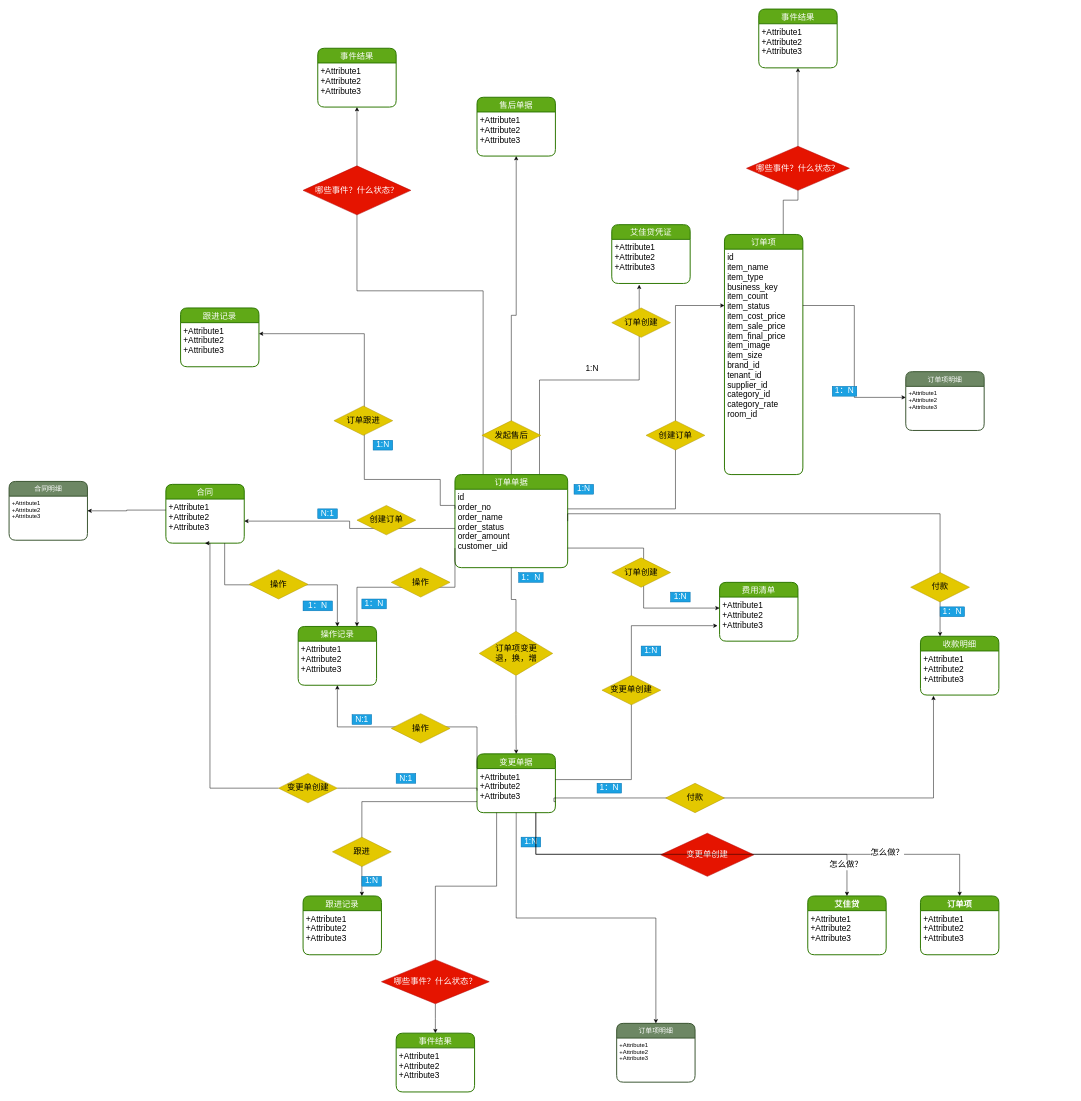
The draw.io diagram 平台2.0/艾佳2.0订单领域实体设计.drawio in Msimplehub/abbysun, before the edit. Source tidied: cells renumbered, new cells numbered last; positions are measured from the earlier drawing's top-left corner, leaving out a move shared by most shapes. Both pictures are drawn from the tidied source at 49%, with x=0, y=0 at pixel (9, 9).
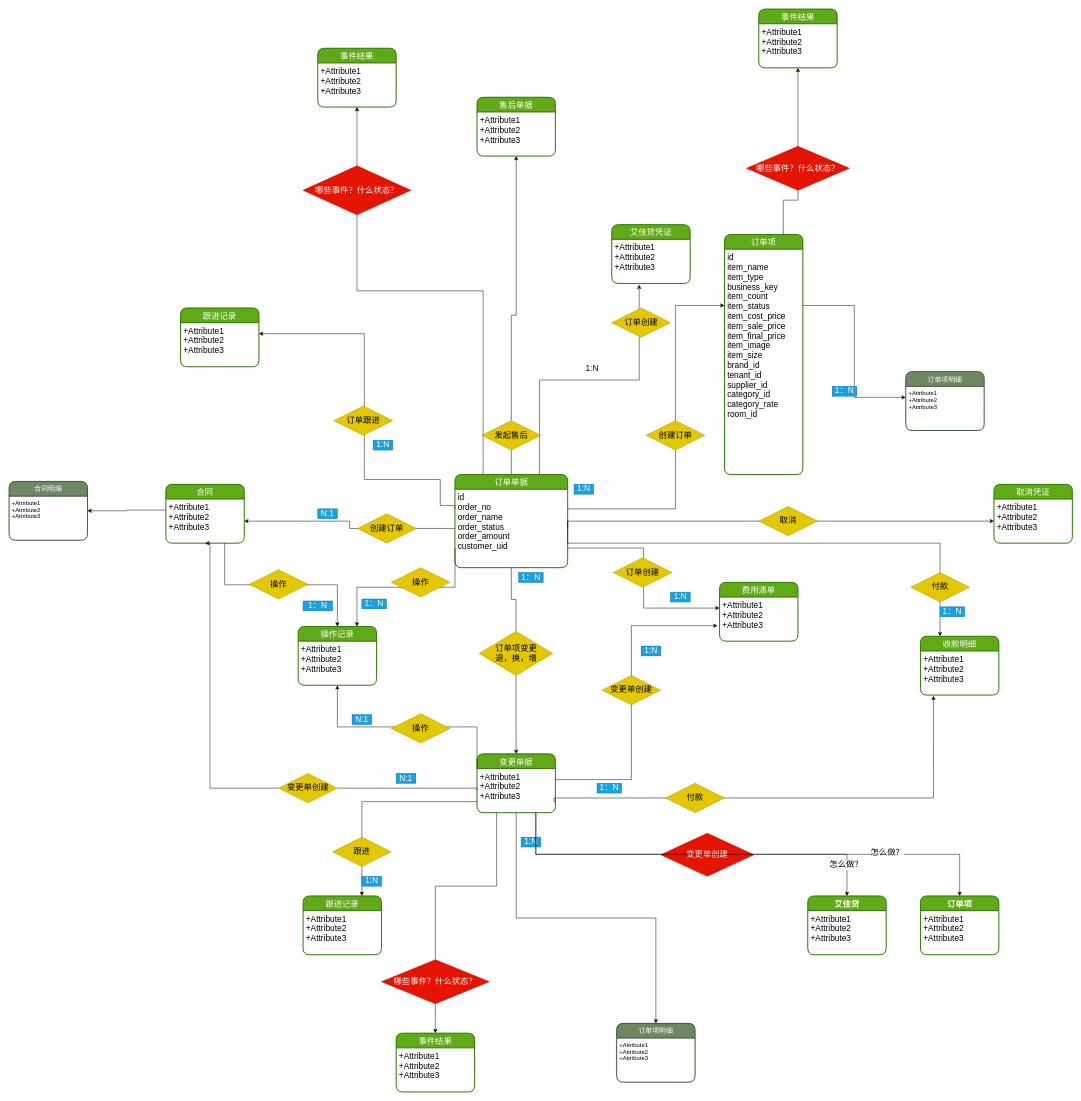
The same page after the edit.

Commit message:
更新艾佳2.0订单领域实体设计.drawio

Unchanged cells that the change refers to:
```xml
<mxCell id="5" value="订单单据" style="swimlane;horizontal=1;startSize=30;rounded=1;fontSize=17;fontStyle=0;strokeWidth=2;shadow=0;dashed=0;align=center;fillColor=#60a917;strokeColor=#2D7600;fontColor=#ffffff;" parent="1" vertex="1">
  <mxGeometry x="910" y="950" width="230" height="190" as="geometry" />
</mxCell>
<mxCell id="6" value="id&#10;order_no&#10;order_name&#10;order_status&#10;order_amount&#10;customer_uid&#10;" style="align=left;strokeColor=none;fillColor=none;spacingLeft=4;fontSize=17;verticalAlign=top;" parent="5" vertex="1">
  <mxGeometry y="30" width="230" height="160" as="geometry" />
</mxCell>
<mxCell id="42" value="收款明细" style="swimlane;horizontal=1;startSize=30;rounded=1;fontSize=17;fontStyle=0;strokeWidth=2;shadow=0;dashed=0;align=center;fillColor=#60a917;strokeColor=#2D7600;fontColor=#ffffff;" parent="1" vertex="1">
  <mxGeometry x="1860" y="1280" width="160" height="120" as="geometry" />
</mxCell>
```

Change to the diagram source:
```diff
@@
     <mxCell id="25" value="创建订单" style="shape=rhombus;perimeter=rhombusPerimeter;whiteSpace=wrap;html=1;align=center;fontSize=17;fillColor=#e3c800;strokeColor=#B09500;fontColor=#000000;" parent="1" vertex="1">
-      <mxGeometry x="710" y="1013" width="120" height="60" as="geometry" />
+      <mxGeometry x="711" y="1030" width="120" height="60" as="geometry" />
     </mxCell>
@@
     <mxCell id="44" style="edgeStyle=orthogonalEdgeStyle;rounded=0;jettySize=auto;html=1;exitX=1;exitY=0.5;exitDx=0;exitDy=0;entryX=0.25;entryY=0;entryDx=0;entryDy=0;fontSize=17;" parent="1" edge="1" source="5" target="42">
       <mxGeometry relative="1" as="geometry">
         <Array as="points">
-          <mxPoint x="1900" y="1030" />
+          <mxPoint x="1140" y="1090" />
+          <mxPoint x="1900" y="1090" />
         </Array>
       </mxGeometry>
     </mxCell>
@@
     <mxCell id="55" value="订单创建" style="shape=rhombus;perimeter=rhombusPerimeter;whiteSpace=wrap;html=1;align=center;fontSize=17;fillColor=#e3c800;strokeColor=#B09500;fontColor=#000000;" parent="1" vertex="1">
-      <mxGeometry x="1230" y="1120" width="120" height="60" as="geometry" />
+      <mxGeometry x="1233" y="1120" width="120" height="60" as="geometry" />
     </mxCell>
@@
+    <mxCell id="103" style="edgeStyle=elbowEdgeStyle;rounded=0;jettySize=auto;elbow=vertical;html=1;exitX=1;exitY=0.5;exitDx=0;exitDy=0;fontSize=17;entryX=0;entryY=0.5;entryDx=0;entryDy=0;" parent="1" edge="1" source="6" target="105">
+      <mxGeometry relative="1" as="geometry">
+        <Array as="points">
+          <mxPoint x="1990" y="1045" />
+        </Array>
+      </mxGeometry>
+    </mxCell>
+    <mxCell id="104" value="取消凭证" style="swimlane;horizontal=1;startSize=30;rounded=1;fontSize=17;fontStyle=0;strokeWidth=2;shadow=0;dashed=0;align=center;fillColor=#60a917;strokeColor=#2D7600;fontColor=#ffffff;" parent="1" vertex="1">
+      <mxGeometry x="2010" y="970" width="160" height="120" as="geometry" />
+    </mxCell>
+    <mxCell id="105" value="+Attribute1&#10;+Attribute2&#10;+Attribute3" style="align=left;strokeColor=none;fillColor=none;spacingLeft=4;fontSize=17;verticalAlign=top;" parent="104" vertex="1">
+      <mxGeometry y="30" width="160" height="90" as="geometry" />
+    </mxCell>
+    <mxCell id="106" value="取消" style="shape=rhombus;perimeter=rhombusPerimeter;whiteSpace=wrap;html=1;align=center;fontSize=17;fillColor=#e3c800;strokeColor=#B09500;fontColor=#000000;" parent="1" vertex="1">
+      <mxGeometry x="1530" y="1015" width="120" height="60" as="geometry" />
+    </mxCell>
```
